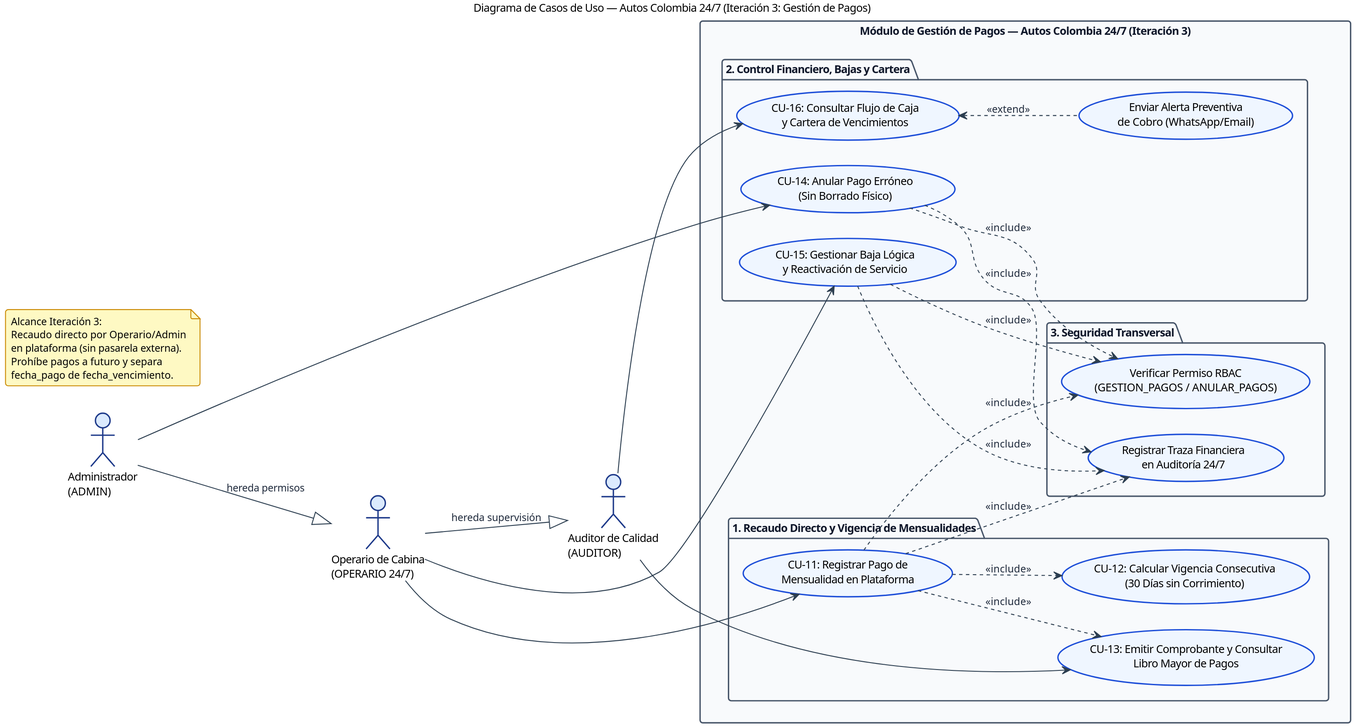
Camilo-Alberto-Palacio/autos-colombia-parqueadero keeps this PlantUML diagram as docs/diagramas/1_diagrama_casos_de_uso_pagos.svg. Above is the earlier version. Its diagram source:
```plantuml
@startuml
left to right direction

skinparam backgroundColor #FFFFFF
skinparam shadowing false
skinparam dpi 180
skinparam roundcorner 6
skinparam defaultFontName "Segoe UI"
skinparam defaultFontSize 12
skinparam ArrowColor #2C3E50
skinparam ArrowFontColor #1E293B
skinparam ArrowFontSize 11
skinparam PackageBorderColor #475569
skinparam PackageBackgroundColor #F8FAFC
skinparam PackageFontColor #0F172A
skinparam NoteBackgroundColor #FEF9C3
skinparam NoteBorderColor #CA8A04
skinparam NoteFontSize 11
skinparam UsecaseBackgroundColor #EFF6FF
skinparam UsecaseBorderColor #1D4ED8
skinparam ActorBorderColor #1E3A8A
skinparam ActorBackgroundColor #DBEAFE

skinparam nodesep 28
skinparam ranksep 55
title Diagrama de Casos de Uso — Autos Colombia 24/7 (Iteración 3: Gestión de Pagos)

actor "Administrador\n(ADMIN)" as Admin
actor "Operario de Cabina\n(OPERARIO 24/7)" as Operario
actor "Auditor de Calidad\n(AUDITOR)" as Auditor

Admin -down-|> Operario : hereda permisos
Operario -down-|> Auditor : hereda supervisión

rectangle "Módulo de Gestión de Pagos — Autos Colombia 24/7 (Iteración 3)" {

  package "1. Recaudo Directo y Vigencia de Mensualidades" {
    usecase "CU-11: Registrar Pago de\nMensualidad en Plataforma" as CU11
    usecase "CU-12: Calcular Vigencia Consecutiva\n(30 Días sin Corrimiento)" as CU12
    usecase "CU-13: Emitir Comprobante y Consultar\nLibro Mayor de Pagos" as CU13
  }

  package "2. Control Financiero, Bajas y Cartera" {
    usecase "CU-14: Anular Pago Erróneo\n(Sin Borrado Físico)" as CU14
    usecase "CU-15: Gestionar Baja Lógica\ny Reactivación de Servicio" as CU15
    usecase "CU-16: Consultar Flujo de Caja\ny Cartera de Vencimientos" as CU16
    usecase "Enviar Alerta Preventiva\nde Cobro (WhatsApp/Email)" as UC_Alerta
  }

  package "3. Seguridad Transversal" {
    usecase "Verificar Permiso RBAC\n(GESTION_PAGOS / ANULAR_PAGOS)" as UC_RBAC
    usecase "Registrar Traza Financiera\nen Auditoría 24/7" as UC_Audit
  }
}

Operario --> CU11
Operario --> CU15
Admin --> CU14
Auditor --> CU13
Auditor --> CU16

CU11 ..> CU12 : <<include>>
CU11 ..> CU13 : <<include>>
CU11 ..> UC_RBAC : <<include>>
CU14 ..> UC_RBAC : <<include>>
CU15 ..> UC_RBAC : <<include>>

CU11 ..> UC_Audit : <<include>>
CU14 ..> UC_Audit : <<include>>
CU15 ..> UC_Audit : <<include>>

UC_Alerta .up.> CU16 : <<extend>>

note "Alcance Iteración 3:\nRecaudo directo por Operario/Admin\nen plataforma (sin pasarela externa).\nProhíbe pagos a futuro y separa\nfecha_pago de fecha_vencimiento." as N_Alcance
@enduml
```
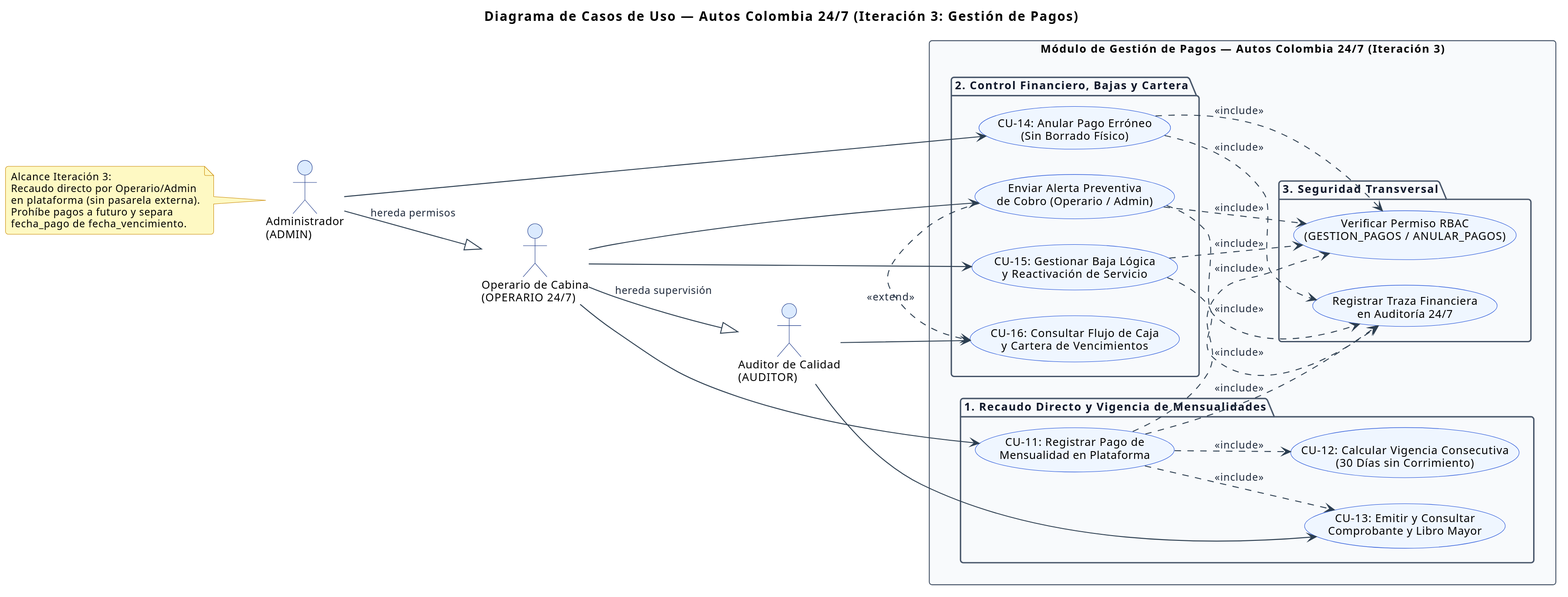
Later version of the same file.

What changed in the source:
```diff
@@ -37,14 +37,14 @@
   package "1. Recaudo Directo y Vigencia de Mensualidades" {
     usecase "CU-11: Registrar Pago de\nMensualidad en Plataforma" as CU11
     usecase "CU-12: Calcular Vigencia Consecutiva\n(30 Días sin Corrimiento)" as CU12
-    usecase "CU-13: Emitir Comprobante y Consultar\nLibro Mayor de Pagos" as CU13
+    usecase "CU-13: Emitir y Consultar\nComprobante y Libro Mayor" as CU13
   }
 
   package "2. Control Financiero, Bajas y Cartera" {
     usecase "CU-14: Anular Pago Erróneo\n(Sin Borrado Físico)" as CU14
     usecase "CU-15: Gestionar Baja Lógica\ny Reactivación de Servicio" as CU15
     usecase "CU-16: Consultar Flujo de Caja\ny Cartera de Vencimientos" as CU16
-    usecase "Enviar Alerta Preventiva\nde Cobro (WhatsApp/Email)" as UC_Alerta
+    usecase "Enviar Alerta Preventiva\nde Cobro (Operario / Admin)" as UC_Alerta
   }
 
   package "3. Seguridad Transversal" {
@@ -53,9 +53,10 @@
   }
 }
 
+Admin --> CU14
 Operario --> CU11
 Operario --> CU15
-Admin --> CU14
+Operario --> UC_Alerta
 Auditor --> CU13
 Auditor --> CU16
 
@@ -64,12 +65,20 @@
 CU11 ..> UC_RBAC : <<include>>
 CU14 ..> UC_RBAC : <<include>>
 CU15 ..> UC_RBAC : <<include>>
+UC_Alerta ..> UC_RBAC : <<include>>
 
 CU11 ..> UC_Audit : <<include>>
 CU14 ..> UC_Audit : <<include>>
 CU15 ..> UC_Audit : <<include>>
+UC_Alerta ..> UC_Audit : <<include>>
 
-UC_Alerta .up.> CU16 : <<extend>>
+UC_Alerta .> CU16 : <<extend>>
 
-note "Alcance Iteración 3:\nRecaudo directo por Operario/Admin\nen plataforma (sin pasarela externa).\nProhíbe pagos a futuro y separa\nfecha_pago de fecha_vencimiento." as N_Alcance
+note left of Admin
+  Alcance Iteración 3:
+  Recaudo directo por Operario/Admin
+  en plataforma (sin pasarela externa).
+  Prohíbe pagos a futuro y separa
+  fecha_pago de fecha_vencimiento.
+end note
 @enduml
```
